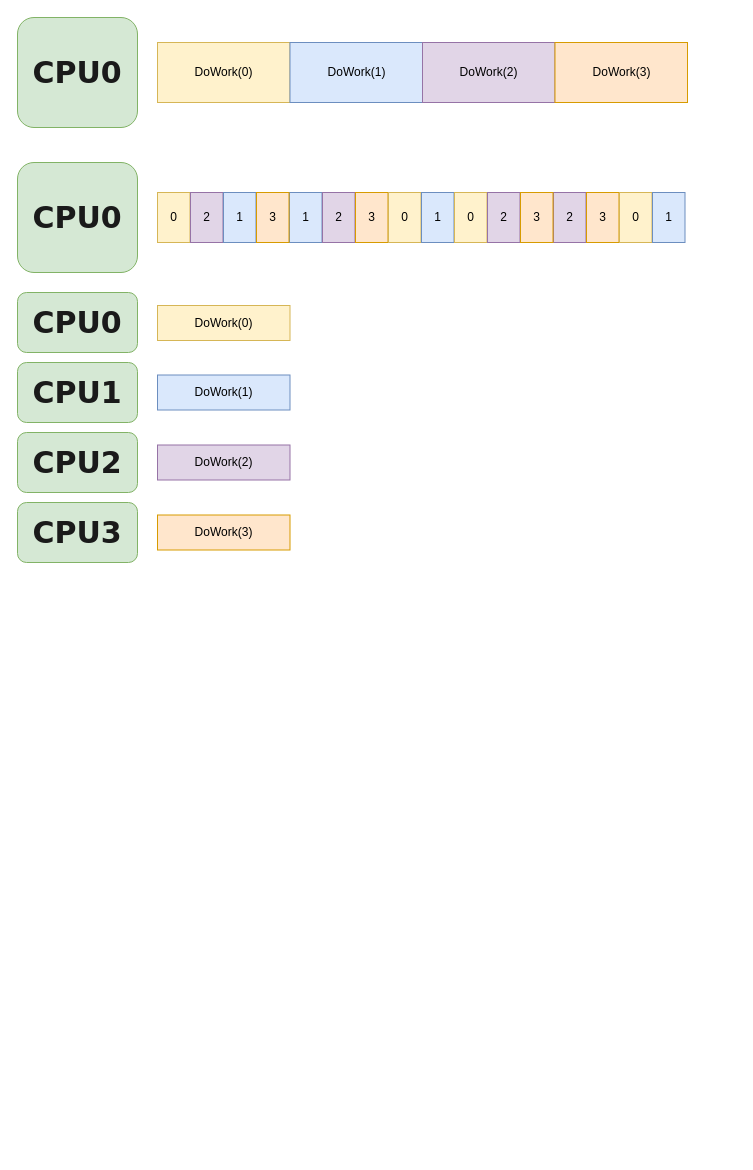
The draw.io diagram diagrams.drawio in GintaraSt/blogpost-parallel-concurrent-async, before the edit. Source tidied: cells renumbered, new cells numbered last; positions are measured from the earlier drawing's top-left corner, leaving out a move shared by most shapes. Both pictures are drawn from the tidied source at 100%, with x=0, y=0 at pixel (17, 17).
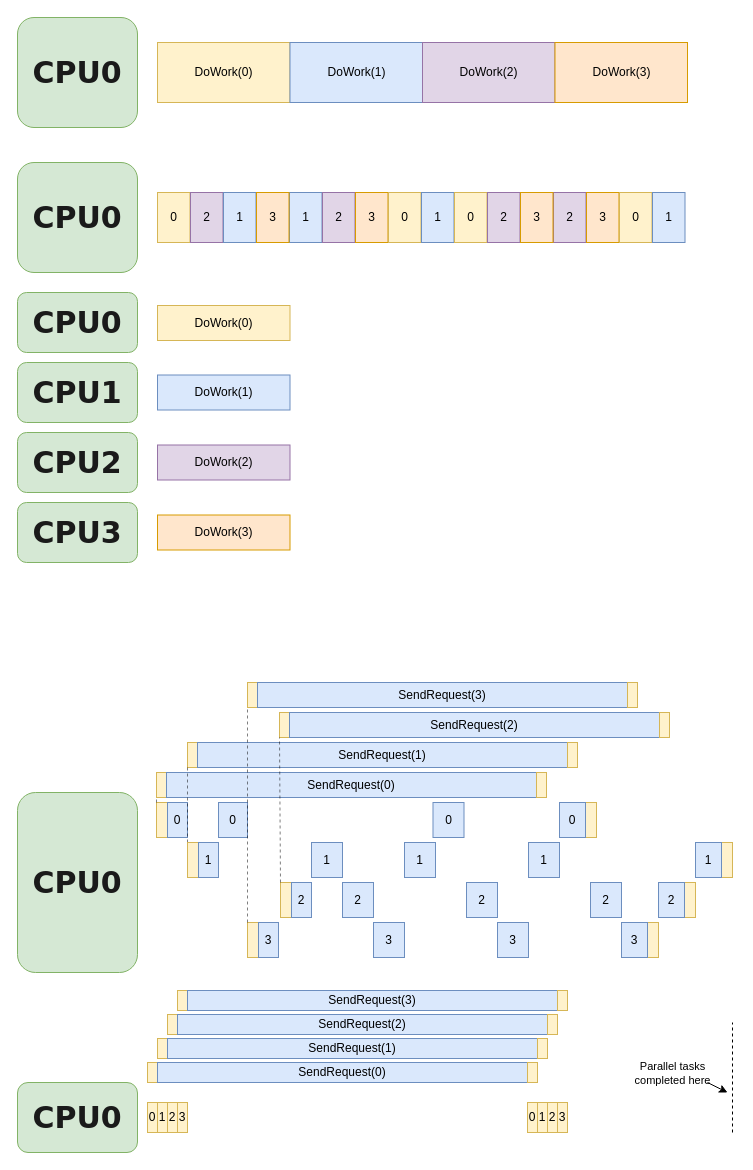
Above is the later version.

Change to the diagram source:
```diff
@@
+    <mxCell id="33" value="&lt;font color=&quot;#1a1a1a&quot; face=&quot;Verdana&quot; size=&quot;1&quot; style=&quot;&quot;&gt;&lt;b style=&quot;font-size: 30px;&quot;&gt;CPU0&lt;/b&gt;&lt;/font&gt;" style="rounded=1;whiteSpace=wrap;html=1;fillColor=#d5e8d4;strokeColor=#82b366;" parent="1" vertex="1">
+      <mxGeometry y="775" width="120" height="180" as="geometry" />
+    </mxCell>
+    <mxCell id="34" style="rounded=0;whiteSpace=wrap;html=1;fillColor=#fff2cc;strokeColor=#d6b656;" parent="1" vertex="1">
+      <mxGeometry x="139" y="785" width="11" height="35" as="geometry" />
+    </mxCell>
+    <mxCell id="35" value="0" style="rounded=0;whiteSpace=wrap;html=1;fillColor=#dae8fc;strokeWidth=1;strokeColor=#6c8ebf;" parent="1" vertex="1">
+      <mxGeometry x="150" y="785" width="20" height="35" as="geometry" />
+    </mxCell>
+    <mxCell id="36" style="rounded=0;whiteSpace=wrap;html=1;fillColor=#fff2cc;strokeColor=#d6b656;" parent="1" vertex="1">
+      <mxGeometry x="568" y="785" width="11" height="35" as="geometry" />
+    </mxCell>
+    <mxCell id="37" value="0" style="rounded=0;whiteSpace=wrap;html=1;fillColor=#dae8fc;strokeWidth=1;strokeColor=#6c8ebf;" parent="1" vertex="1">
+      <mxGeometry x="201" y="785" width="29" height="35" as="geometry" />
+    </mxCell>
+    <mxCell id="38" value="0" style="rounded=0;whiteSpace=wrap;html=1;fillColor=#dae8fc;strokeWidth=1;strokeColor=#6c8ebf;" parent="1" vertex="1">
+      <mxGeometry x="415.5" y="785" width="31" height="35" as="geometry" />
+    </mxCell>
+    <mxCell id="39" value="0" style="rounded=0;whiteSpace=wrap;html=1;fillColor=#dae8fc;strokeWidth=1;strokeColor=#6c8ebf;" parent="1" vertex="1">
+      <mxGeometry x="542" y="785" width="26" height="35" as="geometry" />
+    </mxCell>
+    <mxCell id="40" style="rounded=0;whiteSpace=wrap;html=1;fillColor=#fff2cc;strokeColor=#d6b656;" parent="1" vertex="1">
+      <mxGeometry x="263" y="865" width="11" height="35" as="geometry" />
+    </mxCell>
+    <mxCell id="41" value="2" style="rounded=0;whiteSpace=wrap;html=1;fillColor=#dae8fc;strokeWidth=1;strokeColor=#6c8ebf;" parent="1" vertex="1">
+      <mxGeometry x="274" y="865" width="20" height="35" as="geometry" />
+    </mxCell>
+    <mxCell id="42" style="rounded=0;whiteSpace=wrap;html=1;fillColor=#fff2cc;strokeColor=#d6b656;" parent="1" vertex="1">
+      <mxGeometry x="667" y="865" width="11" height="35" as="geometry" />
+    </mxCell>
+    <mxCell id="43" value="2" style="rounded=0;whiteSpace=wrap;html=1;fillColor=#dae8fc;strokeWidth=1;strokeColor=#6c8ebf;" parent="1" vertex="1">
+      <mxGeometry x="325" y="865" width="31" height="35" as="geometry" />
+    </mxCell>
+    <mxCell id="44" value="2" style="rounded=0;whiteSpace=wrap;html=1;fillColor=#dae8fc;strokeWidth=1;strokeColor=#6c8ebf;" parent="1" vertex="1">
+      <mxGeometry x="449" y="865" width="31" height="35" as="geometry" />
+    </mxCell>
+    <mxCell id="45" value="2" style="rounded=0;whiteSpace=wrap;html=1;fillColor=#dae8fc;strokeWidth=1;strokeColor=#6c8ebf;" parent="1" vertex="1">
+      <mxGeometry x="573" y="865" width="31" height="35" as="geometry" />
+    </mxCell>
+    <mxCell id="46" value="2" style="rounded=0;whiteSpace=wrap;html=1;fillColor=#dae8fc;strokeWidth=1;strokeColor=#6c8ebf;" parent="1" vertex="1">
+      <mxGeometry x="641" y="865" width="26" height="35" as="geometry" />
+    </mxCell>
+    <mxCell id="47" style="rounded=0;whiteSpace=wrap;html=1;fillColor=#fff2cc;strokeColor=#d6b656;" parent="1" vertex="1">
+      <mxGeometry x="230" y="905" width="11" height="35" as="geometry" />
+    </mxCell>
+    <mxCell id="48" value="3" style="rounded=0;whiteSpace=wrap;html=1;fillColor=#dae8fc;strokeWidth=1;strokeColor=#6c8ebf;" parent="1" vertex="1">
+      <mxGeometry x="241" y="905" width="20" height="35" as="geometry" />
+    </mxCell>
+    <mxCell id="49" style="rounded=0;whiteSpace=wrap;html=1;fillColor=#fff2cc;strokeColor=#d6b656;" parent="1" vertex="1">
+      <mxGeometry x="630" y="905" width="11" height="35" as="geometry" />
+    </mxCell>
+    <mxCell id="50" value="3" style="rounded=0;whiteSpace=wrap;html=1;fillColor=#dae8fc;strokeWidth=1;strokeColor=#6c8ebf;" parent="1" vertex="1">
+      <mxGeometry x="356" y="905" width="31" height="35" as="geometry" />
+    </mxCell>
+    <mxCell id="51" value="3" style="rounded=0;whiteSpace=wrap;html=1;fillColor=#dae8fc;strokeWidth=1;strokeColor=#6c8ebf;" parent="1" vertex="1">
+      <mxGeometry x="480" y="905" width="31" height="35" as="geometry" />
+    </mxCell>
+    <mxCell id="52" value="3" style="rounded=0;whiteSpace=wrap;html=1;fillColor=#dae8fc;strokeWidth=1;strokeColor=#6c8ebf;" parent="1" vertex="1">
+      <mxGeometry x="604" y="905" width="26" height="35" as="geometry" />
+    </mxCell>
+    <mxCell id="53" value="&lt;font color=&quot;#1a1a1a&quot; face=&quot;Verdana&quot; size=&quot;1&quot; style=&quot;&quot;&gt;&lt;b style=&quot;font-size: 30px;&quot;&gt;CPU0&lt;/b&gt;&lt;/font&gt;" style="rounded=1;whiteSpace=wrap;html=1;fillColor=#d5e8d4;strokeColor=#82b366;" parent="1" vertex="1">
+      <mxGeometry y="1065" width="120" height="70" as="geometry" />
+    </mxCell>
+    <mxCell id="54" style="group;" parent="1" vertex="1">
+      <mxGeometry x="139" y="755" width="390" height="25" as="geometry" />
+    </mxCell>
+    <mxCell id="55" style="rounded=0;whiteSpace=wrap;html=1;fillColor=#fff2cc;strokeColor=#d6b656;" parent="54" vertex="1">
+      <mxGeometry width="10" height="25" as="geometry" />
+    </mxCell>
+    <mxCell id="56" value="SendRequest(0)" style="rounded=0;whiteSpace=wrap;html=1;fillColor=#dae8fc;strokeWidth=1;strokeColor=#6c8ebf;" parent="54" vertex="1">
+      <mxGeometry x="10" width="370" height="25" as="geometry" />
+    </mxCell>
+    <mxCell id="57" style="rounded=0;whiteSpace=wrap;html=1;fillColor=#fff2cc;strokeColor=#d6b656;" parent="54" vertex="1">
+      <mxGeometry x="380" width="10" height="25" as="geometry" />
+    </mxCell>
+    <mxCell id="58" style="group;" parent="1" vertex="1">
+      <mxGeometry x="170" y="725" width="390" height="25" as="geometry" />
+    </mxCell>
+    <mxCell id="59" style="rounded=0;whiteSpace=wrap;html=1;fillColor=#fff2cc;strokeColor=#d6b656;" parent="58" vertex="1">
+      <mxGeometry width="10" height="25" as="geometry" />
+    </mxCell>
+    <mxCell id="60" value="SendRequest(1)" style="rounded=0;whiteSpace=wrap;html=1;fillColor=#dae8fc;strokeWidth=1;strokeColor=#6c8ebf;" parent="58" vertex="1">
+      <mxGeometry x="10" width="370" height="25" as="geometry" />
+    </mxCell>
+    <mxCell id="61" style="rounded=0;whiteSpace=wrap;html=1;fillColor=#fff2cc;strokeColor=#d6b656;" parent="58" vertex="1">
+      <mxGeometry x="380" width="10" height="25" as="geometry" />
+    </mxCell>
+    <mxCell id="62" style="group;" parent="1" vertex="1">
+      <mxGeometry x="262" y="695" width="390" height="25" as="geometry" />
+    </mxCell>
+    <mxCell id="63" style="rounded=0;whiteSpace=wrap;html=1;fillColor=#fff2cc;strokeColor=#d6b656;" parent="62" vertex="1">
+      <mxGeometry width="10" height="25" as="geometry" />
+    </mxCell>
+    <mxCell id="64" value="SendRequest(2)" style="rounded=0;whiteSpace=wrap;html=1;fillColor=#dae8fc;strokeWidth=1;strokeColor=#6c8ebf;" parent="62" vertex="1">
+      <mxGeometry x="10" width="370" height="25" as="geometry" />
+    </mxCell>
+    <mxCell id="65" style="rounded=0;whiteSpace=wrap;html=1;fillColor=#fff2cc;strokeColor=#d6b656;" parent="62" vertex="1">
+      <mxGeometry x="380" width="10" height="25" as="geometry" />
+    </mxCell>
+    <mxCell id="66" style="group;" parent="1" vertex="1">
+      <mxGeometry x="230" y="665" width="390" height="25" as="geometry" />
+    </mxCell>
+    <mxCell id="67" style="rounded=0;whiteSpace=wrap;html=1;fillColor=#fff2cc;strokeColor=#d6b656;" parent="66" vertex="1">
+      <mxGeometry width="10" height="25" as="geometry" />
+    </mxCell>
+    <mxCell id="68" value="SendRequest(3)" style="rounded=0;whiteSpace=wrap;html=1;fillColor=#dae8fc;strokeWidth=1;strokeColor=#6c8ebf;" parent="66" vertex="1">
+      <mxGeometry x="10" width="370" height="25" as="geometry" />
+    </mxCell>
+    <mxCell id="69" style="rounded=0;whiteSpace=wrap;html=1;fillColor=#fff2cc;strokeColor=#d6b656;" parent="66" vertex="1">
+      <mxGeometry x="380" width="10" height="25" as="geometry" />
+    </mxCell>
+    <mxCell id="70" style="endArrow=none;dashed=1;html=1;rounded=0;opacity=50;entryX=0;entryY=1;entryDx=0;entryDy=0;" parent="1" edge="1" target="67">
+      <mxGeometry relative="1" as="geometry">
+        <mxPoint x="230" y="905" as="sourcePoint" />
+      </mxGeometry>
+    </mxCell>
+    <mxCell id="71" style="endArrow=none;dashed=1;html=1;rounded=0;opacity=50;entryX=0;entryY=1;entryDx=0;entryDy=0;" parent="1" edge="1" target="59">
+      <mxGeometry relative="1" as="geometry">
+        <mxPoint x="170" y="825" as="sourcePoint" />
+      </mxGeometry>
+    </mxCell>
+    <mxCell id="72" style="endArrow=none;dashed=1;html=1;rounded=0;opacity=50;entryX=0;entryY=1;entryDx=0;entryDy=0;exitX=0;exitY=0;exitDx=0;exitDy=0;" parent="1" edge="1" source="34" target="55">
+      <mxGeometry relative="1" as="geometry" />
+    </mxCell>
+    <mxCell id="73" style="endArrow=none;dashed=1;html=1;rounded=0;opacity=50;entryX=0;entryY=1;entryDx=0;entryDy=0;exitX=0;exitY=0;exitDx=0;exitDy=0;" parent="1" edge="1" source="40" target="63">
+      <mxGeometry relative="1" as="geometry" />
+    </mxCell>
+    <mxCell id="74" style="group;" parent="1" vertex="1">
+      <mxGeometry x="130" y="1045" width="390" height="20" as="geometry" />
+    </mxCell>
+    <mxCell id="75" style="rounded=0;whiteSpace=wrap;html=1;fillColor=#fff2cc;strokeColor=#d6b656;" parent="74" vertex="1">
+      <mxGeometry width="10" height="20" as="geometry" />
+    </mxCell>
+    <mxCell id="76" value="SendRequest(0)" style="rounded=0;whiteSpace=wrap;html=1;fillColor=#dae8fc;strokeWidth=1;strokeColor=#6c8ebf;" parent="74" vertex="1">
+      <mxGeometry x="10" width="370" height="20" as="geometry" />
+    </mxCell>
+    <mxCell id="77" style="rounded=0;whiteSpace=wrap;html=1;fillColor=#fff2cc;strokeColor=#d6b656;" parent="74" vertex="1">
+      <mxGeometry x="380" width="10" height="20" as="geometry" />
+    </mxCell>
+    <mxCell id="78" value="0" style="rounded=0;whiteSpace=wrap;html=1;fillColor=#fff2cc;strokeColor=#d6b656;" parent="1" vertex="1">
+      <mxGeometry x="130" y="1085" width="10" height="30" as="geometry" />
+    </mxCell>
+    <mxCell id="79" value="0" style="rounded=0;whiteSpace=wrap;html=1;fillColor=#fff2cc;strokeColor=#d6b656;" parent="1" vertex="1">
+      <mxGeometry x="510" y="1085" width="10" height="30" as="geometry" />
+    </mxCell>
+    <mxCell id="80" value="1" style="rounded=0;whiteSpace=wrap;html=1;fillColor=#fff2cc;strokeColor=#d6b656;" parent="1" vertex="1">
+      <mxGeometry x="140" y="1085" width="10" height="30" as="geometry" />
+    </mxCell>
+    <mxCell id="81" value="1" style="rounded=0;whiteSpace=wrap;html=1;fillColor=#fff2cc;strokeColor=#d6b656;" parent="1" vertex="1">
+      <mxGeometry x="520" y="1085" width="10" height="30" as="geometry" />
+    </mxCell>
+    <mxCell id="82" value="2" style="rounded=0;whiteSpace=wrap;html=1;fillColor=#fff2cc;strokeColor=#d6b656;" parent="1" vertex="1">
+      <mxGeometry x="150" y="1085" width="10" height="30" as="geometry" />
+    </mxCell>
+    <mxCell id="83" value="2" style="rounded=0;whiteSpace=wrap;html=1;fillColor=#fff2cc;strokeColor=#d6b656;" parent="1" vertex="1">
+      <mxGeometry x="530" y="1085" width="10" height="30" as="geometry" />
+    </mxCell>
+    <mxCell id="84" value="3" style="rounded=0;whiteSpace=wrap;html=1;fillColor=#fff2cc;strokeColor=#d6b656;" parent="1" vertex="1">
+      <mxGeometry x="160" y="1085" width="10" height="30" as="geometry" />
+    </mxCell>
+    <mxCell id="85" value="3" style="rounded=0;whiteSpace=wrap;html=1;fillColor=#fff2cc;strokeColor=#d6b656;" parent="1" vertex="1">
+      <mxGeometry x="540" y="1085" width="10" height="30" as="geometry" />
+    </mxCell>
+    <mxCell id="86" style="group;" parent="1" vertex="1">
+      <mxGeometry x="140" y="1021" width="390" height="20" as="geometry" />
+    </mxCell>
+    <mxCell id="87" style="rounded=0;whiteSpace=wrap;html=1;fillColor=#fff2cc;strokeColor=#d6b656;" parent="86" vertex="1">
+      <mxGeometry width="10" height="20" as="geometry" />
+    </mxCell>
+    <mxCell id="88" value="SendRequest(1)" style="rounded=0;whiteSpace=wrap;html=1;fillColor=#dae8fc;strokeWidth=1;strokeColor=#6c8ebf;" parent="86" vertex="1">
+      <mxGeometry x="10" width="370" height="20" as="geometry" />
+    </mxCell>
+    <mxCell id="89" style="rounded=0;whiteSpace=wrap;html=1;fillColor=#fff2cc;strokeColor=#d6b656;" parent="86" vertex="1">
+      <mxGeometry x="380" width="10" height="20" as="geometry" />
+    </mxCell>
+    <mxCell id="90" style="group;" parent="1" vertex="1">
+      <mxGeometry x="150" y="997" width="390" height="20" as="geometry" />
+    </mxCell>
+    <mxCell id="91" style="rounded=0;whiteSpace=wrap;html=1;fillColor=#fff2cc;strokeColor=#d6b656;" parent="90" vertex="1">
+      <mxGeometry width="10" height="20" as="geometry" />
+    </mxCell>
+    <mxCell id="92" value="SendRequest(2)" style="rounded=0;whiteSpace=wrap;html=1;fillColor=#dae8fc;strokeWidth=1;strokeColor=#6c8ebf;" parent="90" vertex="1">
+      <mxGeometry x="10" width="370" height="20" as="geometry" />
+    </mxCell>
+    <mxCell id="93" style="rounded=0;whiteSpace=wrap;html=1;fillColor=#fff2cc;strokeColor=#d6b656;" parent="90" vertex="1">
+      <mxGeometry x="380" width="10" height="20" as="geometry" />
+    </mxCell>
+    <mxCell id="94" style="group;" parent="1" vertex="1">
+      <mxGeometry x="160" y="973" width="390" height="20" as="geometry" />
+    </mxCell>
+    <mxCell id="95" style="rounded=0;whiteSpace=wrap;html=1;fillColor=#fff2cc;strokeColor=#d6b656;" parent="94" vertex="1">
+      <mxGeometry width="10" height="20" as="geometry" />
+    </mxCell>
+    <mxCell id="96" value="SendRequest(3)" style="rounded=0;whiteSpace=wrap;html=1;fillColor=#dae8fc;strokeWidth=1;strokeColor=#6c8ebf;" parent="94" vertex="1">
+      <mxGeometry x="10" width="370" height="20" as="geometry" />
+    </mxCell>
+    <mxCell id="97" style="rounded=0;whiteSpace=wrap;html=1;fillColor=#fff2cc;strokeColor=#d6b656;" parent="94" vertex="1">
+      <mxGeometry x="380" width="10" height="20" as="geometry" />
+    </mxCell>
+    <mxCell id="98" style="group;" parent="1" vertex="1">
+      <mxGeometry x="170" y="825" width="545" height="35" as="geometry" />
+    </mxCell>
+    <mxCell id="99" style="rounded=0;whiteSpace=wrap;html=1;fillColor=#fff2cc;strokeColor=#d6b656;" parent="98" vertex="1">
+      <mxGeometry width="11" height="35" as="geometry" />
+    </mxCell>
+    <mxCell id="100" value="1" style="rounded=0;whiteSpace=wrap;html=1;fillColor=#dae8fc;strokeWidth=1;strokeColor=#6c8ebf;" parent="98" vertex="1">
+      <mxGeometry x="11" width="20" height="35" as="geometry" />
+    </mxCell>
+    <mxCell id="101" style="rounded=0;whiteSpace=wrap;html=1;fillColor=#fff2cc;strokeColor=#d6b656;" parent="98" vertex="1">
+      <mxGeometry x="534" width="11" height="35" as="geometry" />
+    </mxCell>
+    <mxCell id="102" value="1" style="rounded=0;whiteSpace=wrap;html=1;fillColor=#dae8fc;strokeWidth=1;strokeColor=#6c8ebf;" parent="98" vertex="1">
+      <mxGeometry x="124" width="31" height="35" as="geometry" />
+    </mxCell>
+    <mxCell id="103" value="1" style="rounded=0;whiteSpace=wrap;html=1;fillColor=#dae8fc;strokeWidth=1;strokeColor=#6c8ebf;" parent="98" vertex="1">
+      <mxGeometry x="217" width="31" height="35" as="geometry" />
+    </mxCell>
+    <mxCell id="104" value="1" style="rounded=0;whiteSpace=wrap;html=1;fillColor=#dae8fc;strokeWidth=1;strokeColor=#6c8ebf;" parent="98" vertex="1">
+      <mxGeometry x="341" width="31" height="35" as="geometry" />
+    </mxCell>
+    <mxCell id="105" value="1" style="rounded=0;whiteSpace=wrap;html=1;fillColor=#dae8fc;strokeWidth=1;strokeColor=#6c8ebf;" parent="98" vertex="1">
+      <mxGeometry x="508" width="26" height="35" as="geometry" />
+    </mxCell>
+    <mxCell id="106" style="endArrow=none;dashed=1;html=1;rounded=0;" parent="1" edge="1">
+      <mxGeometry relative="1" as="geometry">
+        <mxPoint x="715" y="1115" as="sourcePoint" />
+        <mxPoint x="715" y="1005" as="targetPoint" />
+      </mxGeometry>
+    </mxCell>
+    <mxCell id="107" value="Parallel tasks&lt;br&gt;completed here" style="edgeLabel;html=1;align=center;verticalAlign=middle;" parent="106" vertex="1">
+      <mxGeometry x="-0.64" relative="1" as="geometry">
+        <mxPoint x="-61" y="-40" as="offset" />
+      </mxGeometry>
+    </mxCell>
+    <mxCell id="108" style="endArrow=classic;html=1;rounded=0;" parent="1" edge="1">
+      <mxGeometry relative="1" as="geometry">
+        <mxPoint x="690" y="1065" as="sourcePoint" />
+        <mxPoint x="710" y="1075" as="targetPoint" />
+      </mxGeometry>
+    </mxCell>
```
